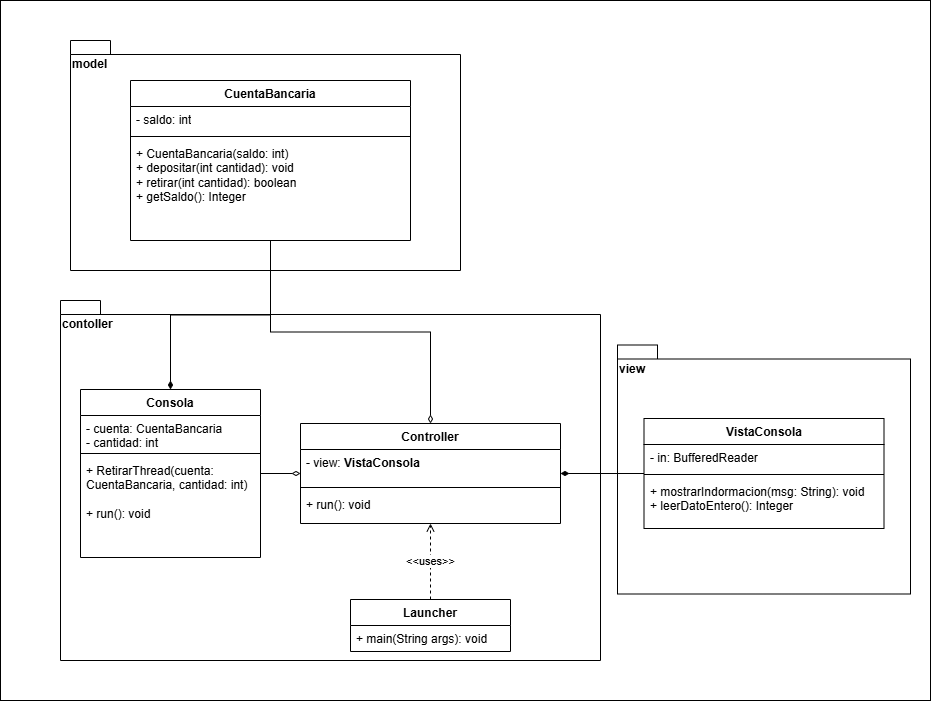
Above: docs/UMLCriticalSection.png in ItzNxhin/CriticalSection (draw.io), before the change. Source tidied: cells renumbered, new cells last; positions are measured from the earlier drawing's top-left corner, leaving out a move shared by most shapes.
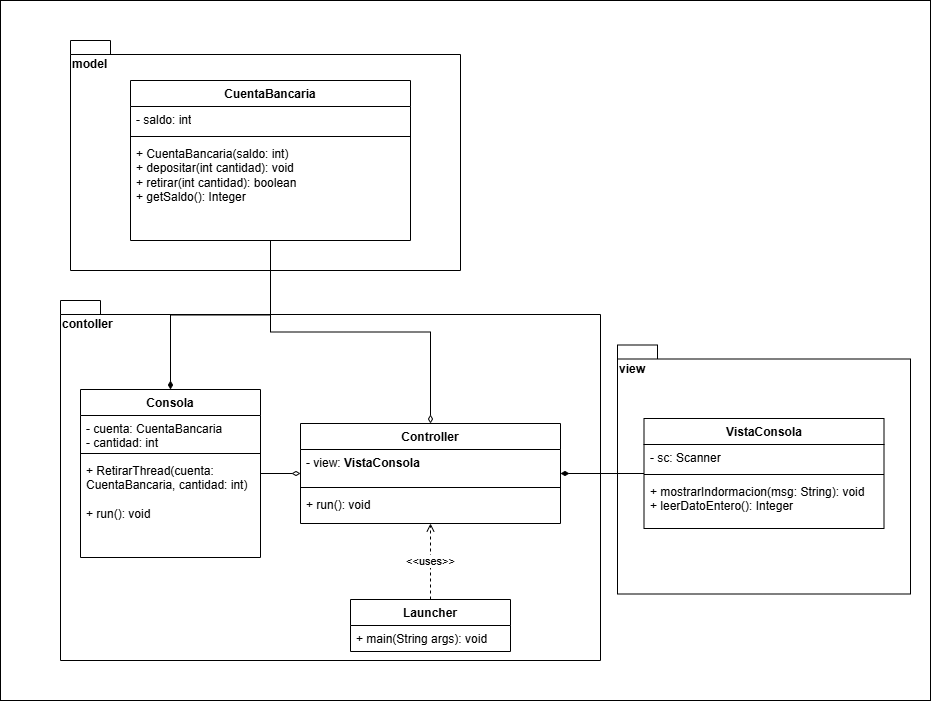
The same diagram one commit later.

Change to the diagram source:
```diff
@@ -32,7 +32,7 @@
     <mxCell id="11" value="VistaConsola" style="swimlane;fontStyle=1;align=center;verticalAlign=top;horizontal=1;startSize=26;whiteSpace=wrap;html=1;" parent="1" vertex="1">
       <mxGeometry x="643.5" y="418" width="240" height="110" as="geometry" />
     </mxCell>
-    <mxCell id="12" value="- in: BufferedReader" style="text;strokeColor=none;fillColor=none;align=left;verticalAlign=top;spacingLeft=4;spacingRight=4;overflow=hidden;whiteSpace=wrap;html=1;" parent="11" vertex="1">
+    <mxCell id="12" value="- sc: Scanner" style="text;strokeColor=none;fillColor=none;align=left;verticalAlign=top;spacingLeft=4;spacingRight=4;overflow=hidden;whiteSpace=wrap;html=1;" parent="11" vertex="1">
       <mxGeometry y="26" width="240" height="26" as="geometry" />
     </mxCell>
     <mxCell id="13" style="line;strokeWidth=1;fillColor=none;align=left;verticalAlign=middle;spacingTop=-1;spacingLeft=3;spacingRight=3;labelPosition=right;strokeColor=inherit;" parent="11" vertex="1">
```
